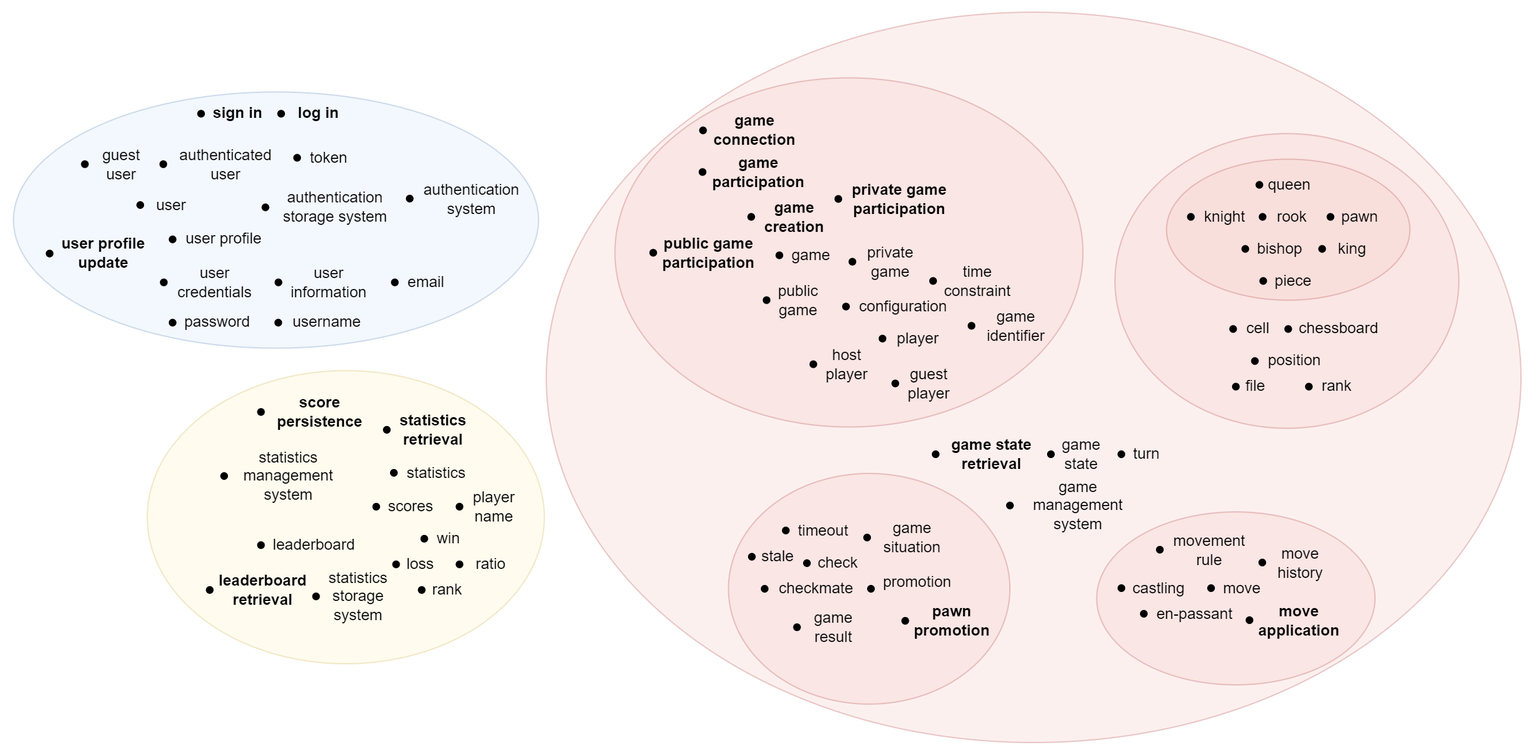
Before: docs/resources/images/domain-analysis/subdomains.drawio.png, a diagram exported from draw.io (ldss-project/docs). Source tidied: cells renumbered, new cells last; positions are measured from the earlier drawing's top-left corner, leaving out a move shared by most shapes.
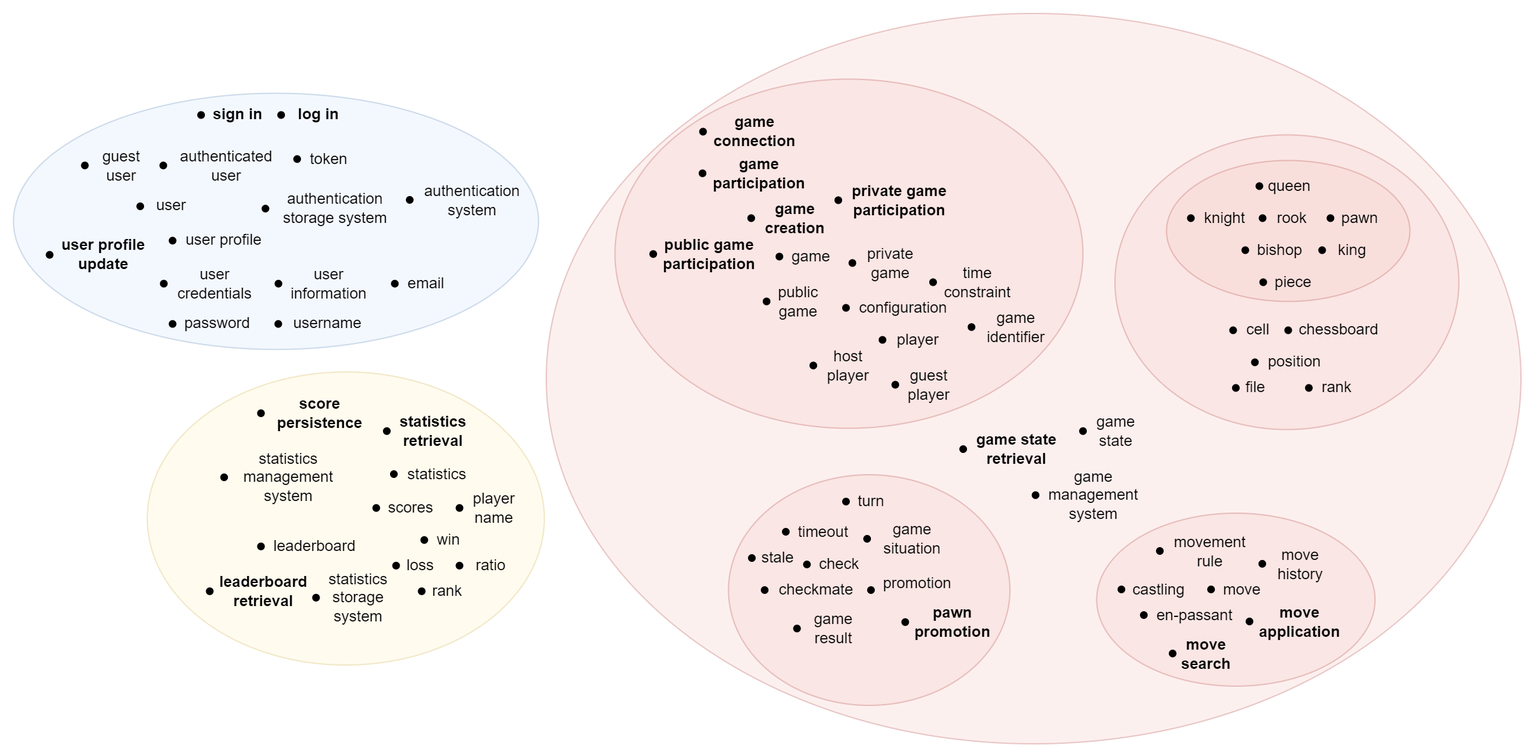
Above is the later version.

The edit, as a diff of the source:
```diff
@@ -54,10 +54,10 @@
       <mxGeometry x="670" y="224.8" width="70" height="30" as="geometry" />
     </mxCell>
     <mxCell id="19" style="shape=waypoint;sketch=0;fillStyle=solid;size=6;fillColor=none;perimeter=centerPerimeter;align=left;" parent="1" vertex="1">
-      <mxGeometry x="778" y="385" width="20" height="20" as="geometry" />
+      <mxGeometry x="798" y="375.9" width="20" height="20" as="geometry" />
     </mxCell>
     <mxCell id="20" value="game management system" style="rounded=0;whiteSpace=wrap;html=1;align=center;strokeColor=none;fillColor=none;" parent="1" vertex="1">
-      <mxGeometry x="798" y="380" width="87" height="30" as="geometry" />
+      <mxGeometry x="810" y="370.9" width="87" height="30" as="geometry" />
     </mxCell>
     <mxCell id="21" style="shape=waypoint;sketch=0;fillStyle=solid;size=6;fillColor=none;perimeter=centerPerimeter;align=left;" parent="1" vertex="1">
       <mxGeometry x="624.5" y="274.8" width="20" height="20" as="geometry" />
@@ -135,25 +135,25 @@
       <mxGeometry x="17.5" width="72.5" height="30" as="geometry" />
     </mxCell>
     <mxCell id="46" style="group;" parent="1" vertex="1">
-      <mxGeometry x="810" y="340" width="60" height="30" as="geometry" />
+      <mxGeometry x="805" y="325.9" width="60" height="30" as="geometry" />
     </mxCell>
     <mxCell id="47" style="shape=waypoint;sketch=0;fillStyle=solid;size=6;fillColor=none;perimeter=centerPerimeter;align=left;" parent="46" vertex="1">
-      <mxGeometry y="5" width="20" height="20" as="geometry" />
+      <mxGeometry x="30" width="20" height="20" as="geometry" />
     </mxCell>
     <mxCell id="48" value="game state" style="rounded=0;whiteSpace=wrap;html=1;align=center;strokeColor=none;fillColor=none;" parent="46" vertex="1">
-      <mxGeometry x="8.3" width="51.7" height="30" as="geometry" />
+      <mxGeometry x="40" y="-5" width="51.7" height="30" as="geometry" />
     </mxCell>
     <mxCell id="49" style="shape=waypoint;sketch=0;fillStyle=solid;size=6;fillColor=none;perimeter=centerPerimeter;align=left;" parent="1" vertex="1">
-      <mxGeometry x="720" y="345" width="20" height="20" as="geometry" />
+      <mxGeometry x="741.5" y="340" width="20" height="20" as="geometry" />
     </mxCell>
     <mxCell id="50" value="game state&lt;br&gt;retrieval" style="rounded=0;whiteSpace=wrap;html=1;align=center;strokeColor=none;fillColor=none;fontStyle=1;" parent="1" vertex="1">
-      <mxGeometry x="737.5" y="340" width="72.5" height="30" as="geometry" />
+      <mxGeometry x="756.8" y="335" width="72.5" height="30" as="geometry" />
     </mxCell>
     <mxCell id="51" style="shape=waypoint;sketch=0;fillStyle=solid;size=6;fillColor=none;perimeter=centerPerimeter;align=left;" parent="1" vertex="1">
-      <mxGeometry x="865" y="345" width="20" height="20" as="geometry" />
+      <mxGeometry x="650" y="380.9" width="20" height="20" as="geometry" />
     </mxCell>
     <mxCell id="52" value="turn" style="rounded=0;whiteSpace=wrap;html=1;align=center;strokeColor=none;fillColor=none;" parent="1" vertex="1">
-      <mxGeometry x="885" y="340" width="20" height="30" as="geometry" />
+      <mxGeometry x="670" y="375.9" width="20" height="30" as="geometry" />
     </mxCell>
     <mxCell id="53" style="shape=waypoint;sketch=0;fillStyle=solid;size=6;fillColor=none;perimeter=centerPerimeter;align=left;" parent="1" vertex="1">
       <mxGeometry x="666.5" y="410" width="20" height="20" as="geometry" />
@@ -479,5 +479,11 @@
     <mxCell id="160" value="pawn promotion" style="rounded=0;whiteSpace=wrap;html=1;align=center;strokeColor=none;fillColor=none;fontStyle=1;" parent="1" vertex="1">
       <mxGeometry x="716.6" y="470" width="52.5" height="30" as="geometry" />
     </mxCell>
+    <mxCell id="161" style="shape=waypoint;sketch=0;fillStyle=solid;size=6;fillColor=none;perimeter=centerPerimeter;align=left;" parent="1" vertex="1">
+      <mxGeometry x="905" y="499.5" width="20" height="20" as="geometry" />
+    </mxCell>
+    <mxCell id="162" value="move&lt;br&gt;search" style="rounded=0;whiteSpace=wrap;html=1;align=center;strokeColor=none;fillColor=none;fontStyle=1;" parent="1" vertex="1">
+      <mxGeometry x="922.5" y="494.5" width="37.5" height="30" as="geometry" />
+    </mxCell>
   </root>
 </mxGraphModel>
```
